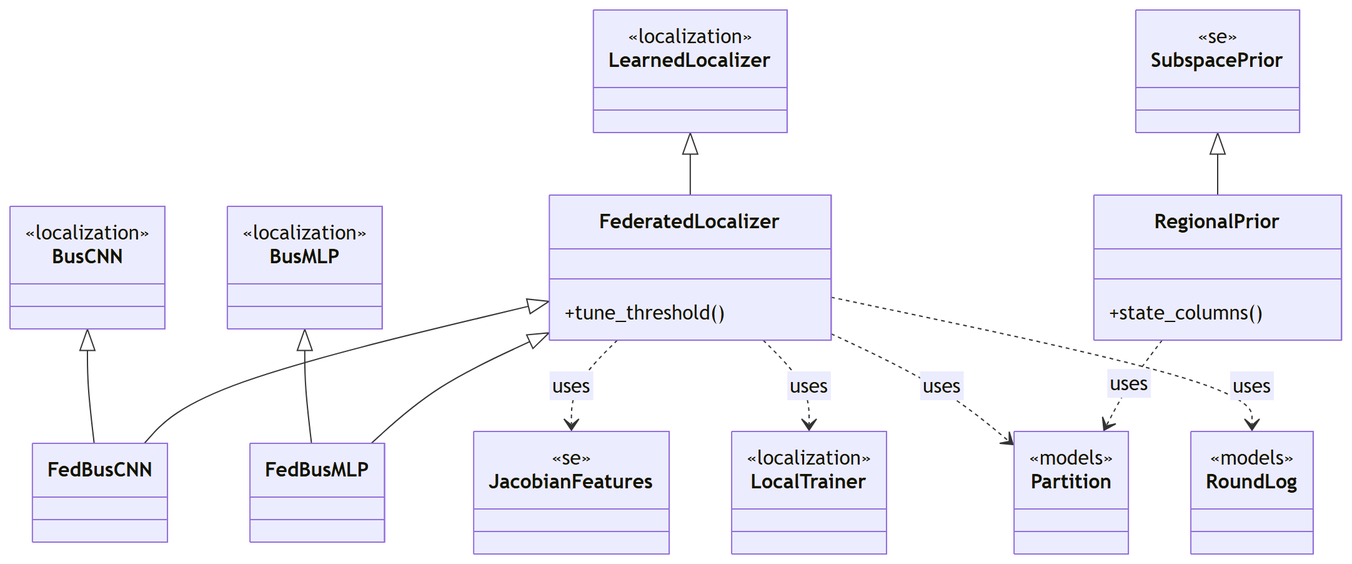
myersben9/fdia-graph keeps this Mermaid diagram as docs/figures/diagrams/classes_federated.png. Above is the earlier version. Its source is kept beside it as docs/figures/diagrams/classes_federated.mmd.
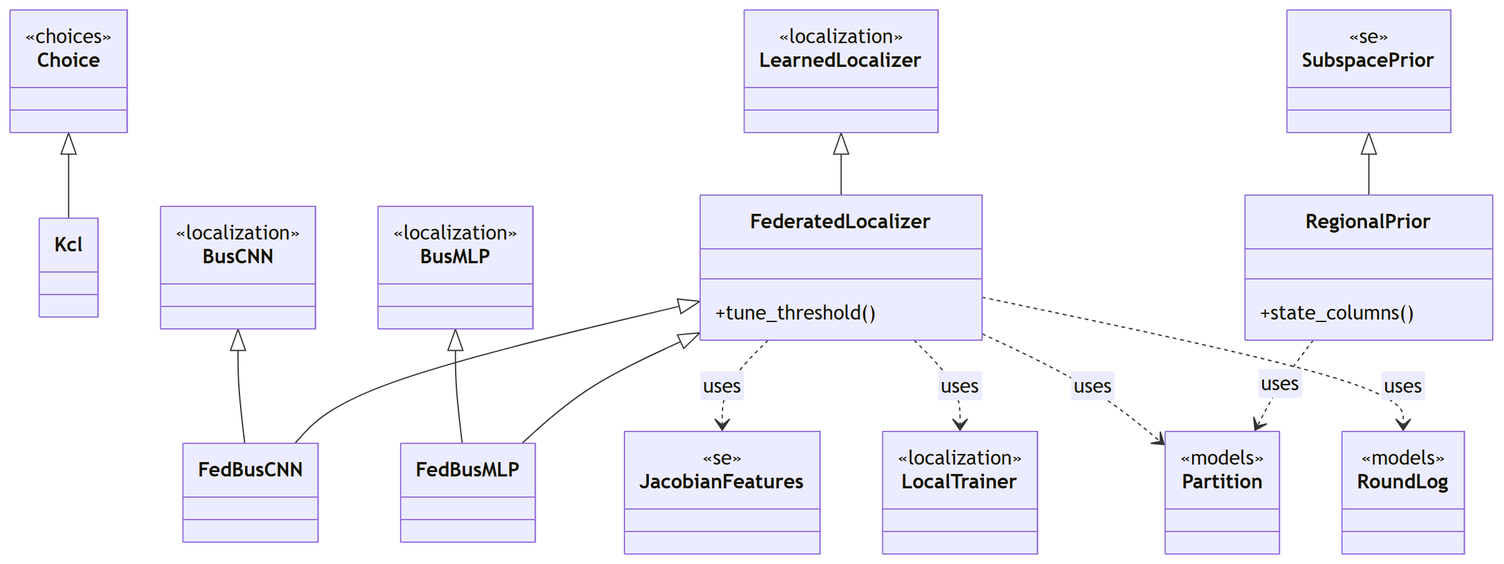
Above is the later version.

Change to the diagram source:
```diff
@@ -1,4 +1,6 @@
 classDiagram
+    class Kcl {
+    }
     class FederatedLocalizer {
         +tune_threshold()
     }
@@ -14,6 +16,9 @@
     }
     class BusMLP {
         <<localization>>
+    }
+    class Choice {
+        <<choices>>
     }
     class JacobianFeatures {
         <<se>>
@@ -35,6 +40,7 @@
     }
     BusCNN <|-- FedBusCNN
     BusMLP <|-- FedBusMLP
+    Choice <|-- Kcl
     FederatedLocalizer <|-- FedBusCNN
     FederatedLocalizer <|-- FedBusMLP
     LearnedLocalizer <|-- FederatedLocalizer
```
